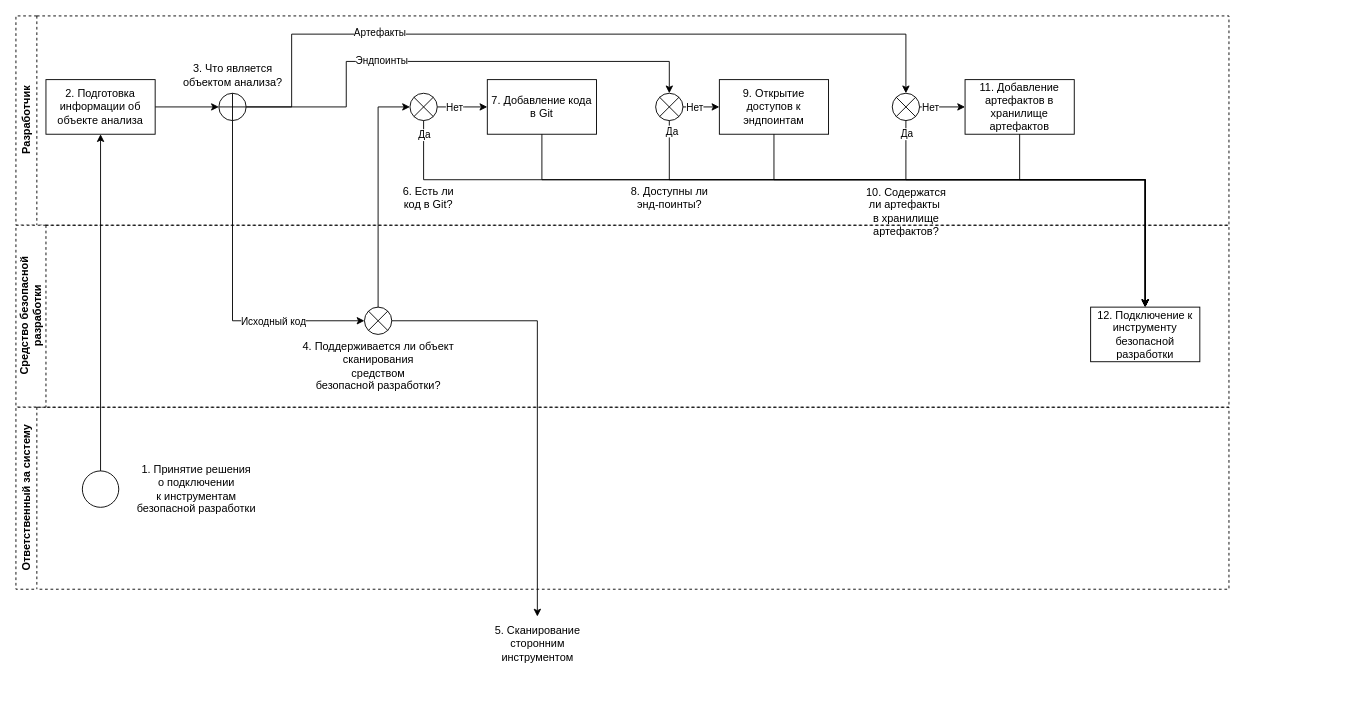
Earlier version of the draw.io diagram page "Подключение" (1 of 4) of Alfa.drawio (GoluzinaD/Python). Source tidied: cells renumbered, new cells numbered last; positions are measured from the earlier drawing's top-left corner, leaving out a move shared by most shapes. Both pictures are drawn from the tidied source at 91%, with x=0, y=0 at pixel (15, 15).
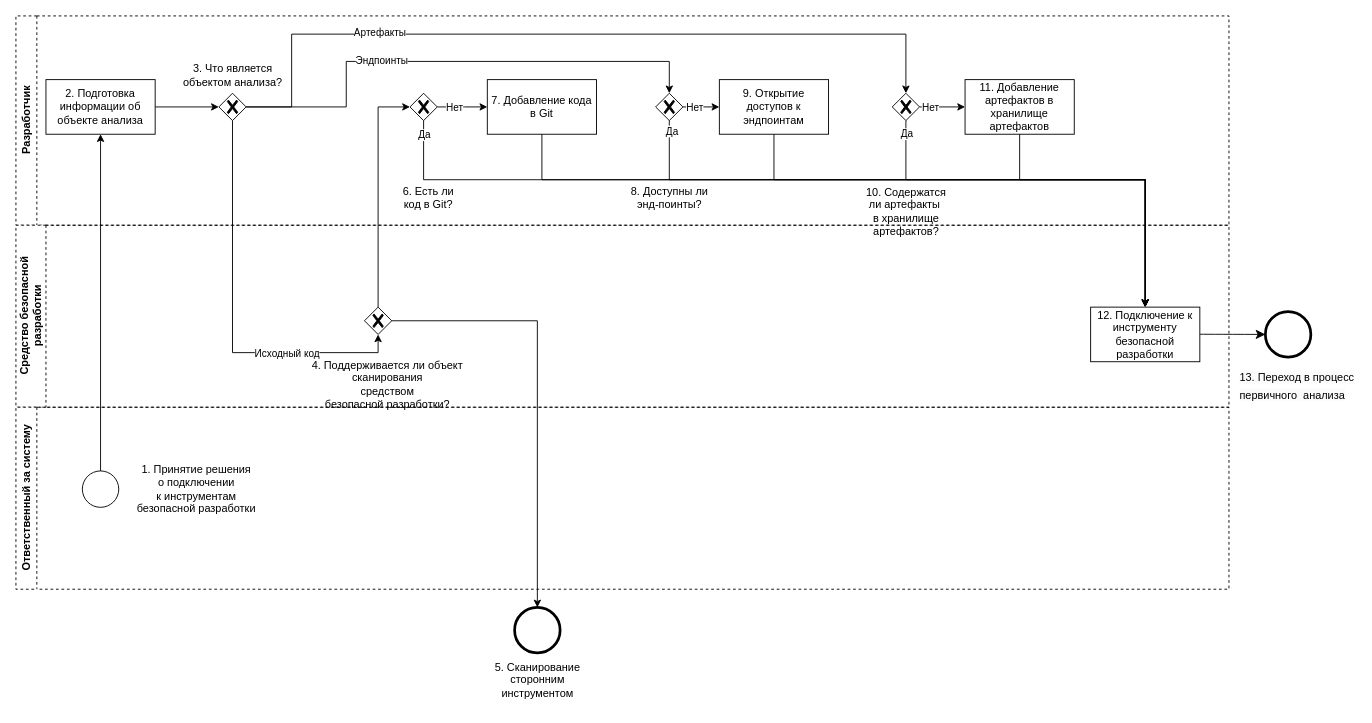
Above is the later version.

Unchanged cells that the change refers to:
```xml
<mxCell id="3" value="Разработчик" style="swimlane;horizontal=0;whiteSpace=wrap;html=1;dashed=1;" parent="1" vertex="1">
  <mxGeometry width="1333" height="230" as="geometry" />
</mxCell>
<mxCell id="27" value="Средство безопасной разработки" style="swimlane;horizontal=0;whiteSpace=wrap;html=1;startSize=33;dashed=1;" parent="1" vertex="1">
  <mxGeometry y="230" width="1333" height="200" as="geometry" />
</mxCell>
```

Change to the diagram source:
```diff
@@
     <mxCell id="2" value="5. Сканирование &lt;br&gt;сторонним &lt;br&gt;инструментом" style="text;html=1;align=center;verticalAlign=middle;points=[];strokeColor=none;fillColor=none;" parent="1" vertex="1">
-      <mxGeometry x="513" y="660" width="120" height="60" as="geometry" />
+      <mxGeometry x="513" y="700" width="120" height="60" as="geometry" />
     </mxCell>
@@
-    <mxCell id="9" style="verticalLabelPosition=bottom;verticalAlign=top;html=1;shape=mxgraph.flowchart.summing_function;" parent="3" vertex="1">
+    <mxCell id="9" style="points=[[0.25,0.25,0],[0.5,0,0],[0.75,0.25,0],[1,0.5,0],[0.75,0.75,0],[0.5,1,0],[0.25,0.75,0],[0,0.5,0]];shape=mxgraph.bpmn.gateway2;html=1;verticalLabelPosition=bottom;labelBackgroundColor=#ffffff;verticalAlign=top;align=center;perimeter=rhombusPerimeter;outlineConnect=0;outline=none;symbol=none;gwType=exclusive;" parent="3" vertex="1">
       <mxGeometry x="223" y="85" width="30" height="30" as="geometry" />
     </mxCell>
@@
-    <mxCell id="13" style="verticalLabelPosition=bottom;verticalAlign=top;html=1;shape=mxgraph.flowchart.or;" parent="3" vertex="1">
+    <mxCell id="13" style="points=[[0.25,0.25,0],[0.5,0,0],[0.75,0.25,0],[1,0.5,0],[0.75,0.75,0],[0.5,1,0],[0.25,0.75,0],[0,0.5,0]];shape=mxgraph.bpmn.gateway2;html=1;verticalLabelPosition=bottom;labelBackgroundColor=#ffffff;verticalAlign=top;align=center;perimeter=rhombusPerimeter;outlineConnect=0;outline=none;symbol=none;gwType=exclusive;" parent="3" vertex="1">
       <mxGeometry x="433" y="85" width="30" height="30" as="geometry" />
     </mxCell>
@@
-    <mxCell id="16" style="verticalLabelPosition=bottom;verticalAlign=top;html=1;shape=mxgraph.flowchart.or;" parent="3" vertex="1">
+    <mxCell id="16" style="points=[[0.25,0.25,0],[0.5,0,0],[0.75,0.25,0],[1,0.5,0],[0.75,0.75,0],[0.5,1,0],[0.25,0.75,0],[0,0.5,0]];shape=mxgraph.bpmn.gateway2;html=1;verticalLabelPosition=bottom;labelBackgroundColor=#ffffff;verticalAlign=top;align=center;perimeter=rhombusPerimeter;outlineConnect=0;outline=none;symbol=none;gwType=exclusive;" parent="3" vertex="1">
       <mxGeometry x="703" y="85" width="30" height="30" as="geometry" />
     </mxCell>
@@
-    <mxCell id="19" style="verticalLabelPosition=bottom;verticalAlign=top;html=1;shape=mxgraph.flowchart.or;" parent="3" vertex="1">
+    <mxCell id="19" style="points=[[0.25,0.25,0],[0.5,0,0],[0.75,0.25,0],[1,0.5,0],[0.75,0.75,0],[0.5,1,0],[0.25,0.75,0],[0,0.5,0]];shape=mxgraph.bpmn.gateway2;html=1;verticalLabelPosition=bottom;labelBackgroundColor=#ffffff;verticalAlign=top;align=center;perimeter=rhombusPerimeter;outlineConnect=0;outline=none;symbol=none;gwType=exclusive;" parent="3" vertex="1">
       <mxGeometry x="963" y="85" width="30" height="30" as="geometry" />
     </mxCell>
@@
-    <mxCell id="28" style="verticalLabelPosition=bottom;verticalAlign=top;html=1;shape=mxgraph.flowchart.or;direction=south;" parent="27" vertex="1">
+    <mxCell id="28" style="points=[[0.25,0.25,0],[0.5,0,0],[0.75,0.25,0],[1,0.5,0],[0.75,0.75,0],[0.5,1,0],[0.25,0.75,0],[0,0.5,0]];shape=mxgraph.bpmn.gateway2;html=1;verticalLabelPosition=bottom;labelBackgroundColor=#ffffff;verticalAlign=top;align=center;perimeter=rhombusPerimeter;outlineConnect=0;outline=none;symbol=none;gwType=exclusive;" parent="27" vertex="1">
       <mxGeometry x="383" y="90" width="30" height="30" as="geometry" />
     </mxCell>
     <mxCell id="29" value="4. Поддерживается ли объект&lt;br&gt;сканирования&lt;br&gt;средством &lt;br&gt;безопасной разработки?" style="text;html=1;align=center;verticalAlign=middle;strokeColor=none;fillColor=none;rotation=0;" parent="27" vertex="1">
-      <mxGeometry x="303" y="120" width="190" height="70" as="geometry" />
+      <mxGeometry x="313" y="140" width="190" height="70" as="geometry" />
     </mxCell>
@@
-    <mxCell id="34" style="edgeStyle=orthogonalEdgeStyle;rounded=0;jettySize=auto;html=1;" parent="1" edge="1" source="28" target="2">
+    <mxCell id="34" style="edgeStyle=orthogonalEdgeStyle;rounded=0;jettySize=auto;html=1;" parent="1" edge="1" source="28" target="51">
       <mxGeometry relative="1" as="geometry" />
     </mxCell>
@@
+    <mxCell id="48" value="&lt;span style=&quot;color: rgb(0, 0, 0); font-family: Helvetica; font-size: 12px; font-style: normal; font-variant-ligatures: normal; font-variant-caps: normal; font-weight: 400; letter-spacing: normal; orphans: 2; text-align: center; text-indent: 0px; text-transform: none; widows: 2; word-spacing: 0px; -webkit-text-stroke-width: 0px; background-color: rgb(251, 251, 251); text-decoration-thickness: initial; text-decoration-style: initial; text-decoration-color: initial; float: none; display: inline !important;&quot;&gt;13. Переход в процесс первичного&amp;nbsp; анализа&lt;/span&gt;" style="text;whiteSpace=wrap;html=1;fontSize=16;" parent="1" vertex="1">
+      <mxGeometry x="1343" y="380" width="130" height="60" as="geometry" />
+    </mxCell>
+    <mxCell id="49" style="points=[[0.145,0.145,0],[0.5,0,0],[0.855,0.145,0],[1,0.5,0],[0.855,0.855,0],[0.5,1,0],[0.145,0.855,0],[0,0.5,0]];shape=mxgraph.bpmn.event;html=1;verticalLabelPosition=bottom;labelBackgroundColor=#ffffff;verticalAlign=top;align=center;perimeter=ellipsePerimeter;outlineConnect=0;outline=end;symbol=terminate2;fontSize=16;" parent="1" vertex="1">
+      <mxGeometry x="1373" y="325" width="50" height="50" as="geometry" />
+    </mxCell>
+    <mxCell id="50" style="edgeStyle=none;curved=1;rounded=0;jettySize=auto;html=1;fontSize=12;startSize=8;endSize=8;entryX=0;entryY=0.5;entryDx=0;entryDy=0;entryPerimeter=0;" parent="1" edge="1" target="49">
+      <mxGeometry relative="1" as="geometry">
+        <mxPoint x="1301" y="349.8" as="sourcePoint" />
+      </mxGeometry>
+    </mxCell>
+    <mxCell id="51" style="points=[[0.145,0.145,0],[0.5,0,0],[0.855,0.145,0],[1,0.5,0],[0.855,0.855,0],[0.5,1,0],[0.145,0.855,0],[0,0.5,0]];shape=mxgraph.bpmn.event;html=1;verticalLabelPosition=bottom;labelBackgroundColor=#ffffff;verticalAlign=top;align=center;perimeter=ellipsePerimeter;outlineConnect=0;outline=end;symbol=terminate2;fontSize=16;" parent="1" vertex="1">
+      <mxGeometry x="548" y="650" width="50" height="50" as="geometry" />
+    </mxCell>
```
